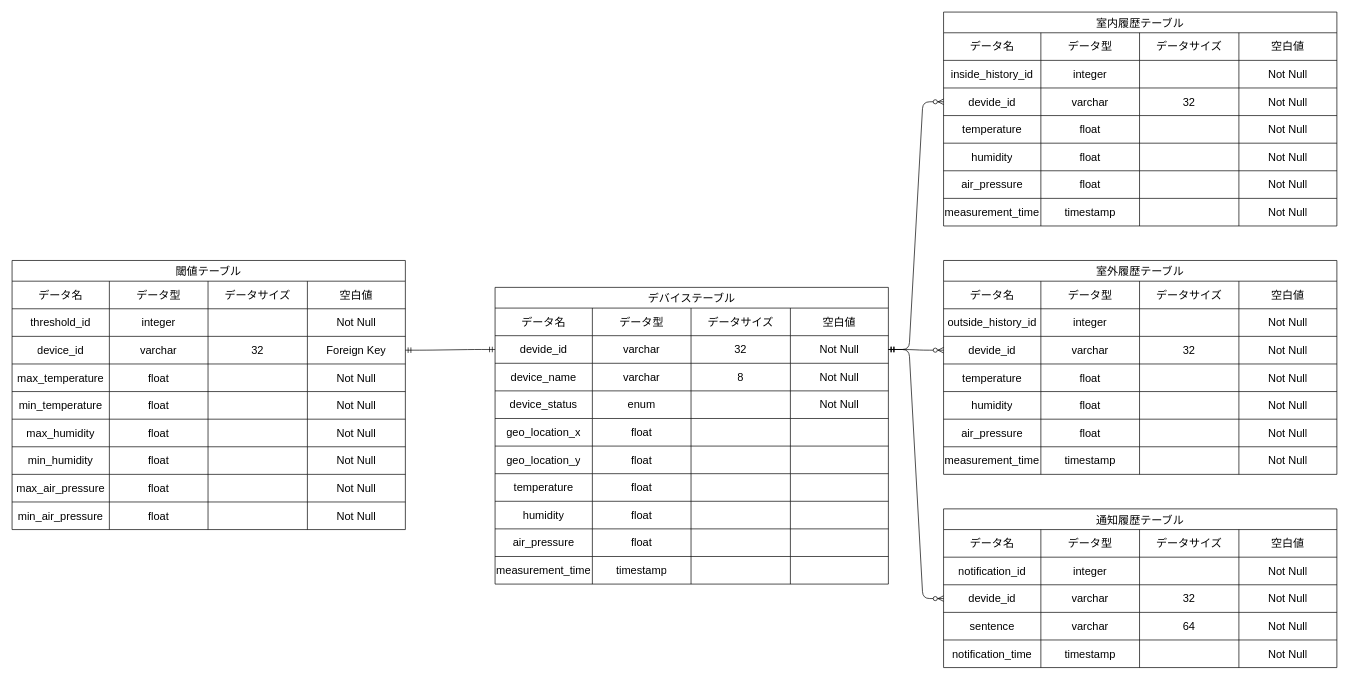
The draw.io diagram docs/design/db/E-R.drawio in GeL02468/room-temperature-measurement-system, before the edit. Source tidied: cells renumbered, new cells numbered last; positions are measured from the earlier drawing's top-left corner, leaving out a move shared by most shapes. Both pictures are drawn from the tidied source at 69%, with x=0, y=0 at pixel (12, 12).
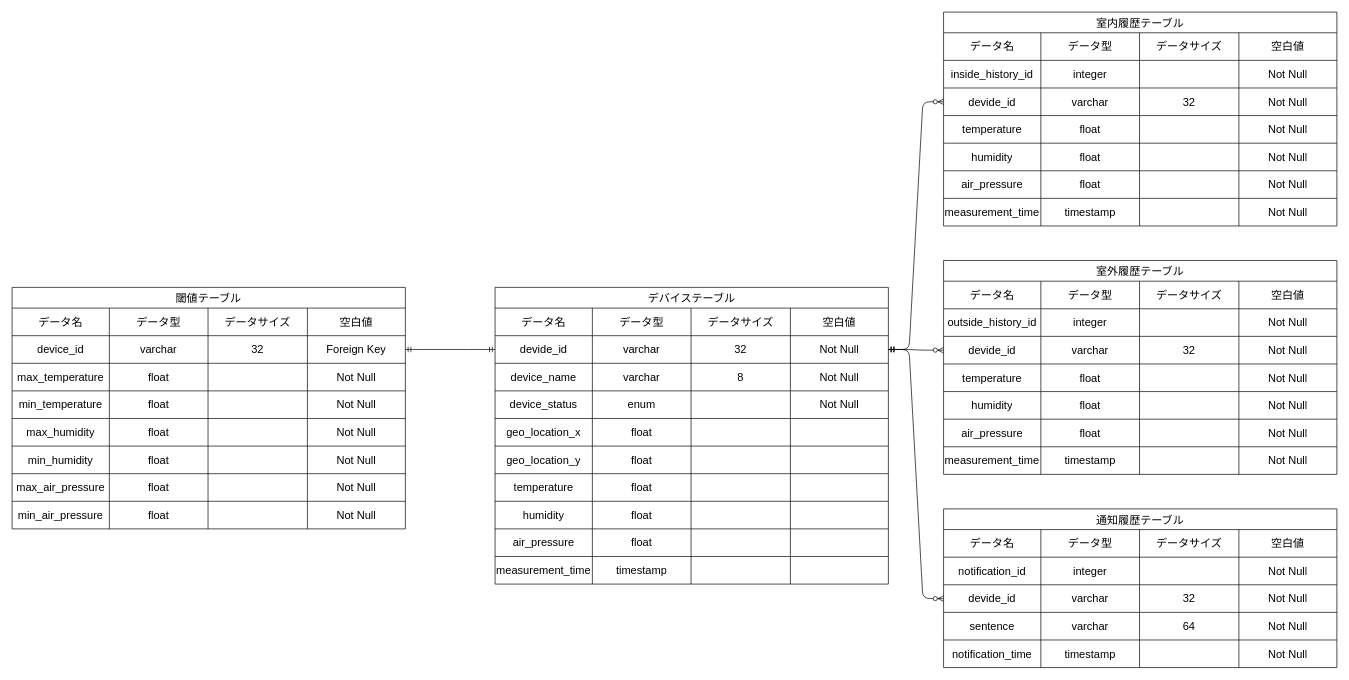
The same diagram, later.

The edit, as a diff of the source:
```diff
@@
     <mxCell id="2" value="閾値テーブル" style="shape=table;startSize=30;childLayout=tableLayout;strokeColor=default;fontSize=16;fontColor=light-dark(#000000,#FFFFFF);" parent="1" vertex="1">
-      <mxGeometry y="360" width="570" height="390" as="geometry" />
+      <mxGeometry y="399" width="570" height="350" as="geometry" />
     </mxCell>
@@
-    <mxCell id="8" style="shape=tableRow;horizontal=0;startSize=0;swimlaneHead=0;swimlaneBody=0;strokeColor=inherit;top=0;left=0;bottom=0;right=0;fillColor=none;fontSize=16;" parent="2" vertex="1">
-      <mxGeometry y="70" width="570" height="40" as="geometry" />
-    </mxCell>
-    <mxCell id="9" value="threshold_id" style="shape=partialRectangle;html=1;whiteSpace=wrap;strokeColor=inherit;overflow=hidden;fillColor=none;top=0;left=0;bottom=0;right=0;fontSize=16;" parent="8" vertex="1">
-      <mxGeometry width="141" height="40" as="geometry" />
-    </mxCell>
-    <mxCell id="10" value="integer" style="shape=partialRectangle;html=1;whiteSpace=wrap;strokeColor=inherit;overflow=hidden;fillColor=none;top=0;left=0;bottom=0;right=0;fontSize=16;" parent="8" vertex="1">
-      <mxGeometry x="141" width="143" height="40" as="geometry" />
-    </mxCell>
-    <mxCell id="11" style="shape=partialRectangle;html=1;whiteSpace=wrap;strokeColor=inherit;overflow=hidden;fillColor=none;top=0;left=0;bottom=0;right=0;fontSize=16;" parent="8" vertex="1">
-      <mxGeometry x="284" width="144" height="40" as="geometry" />
-    </mxCell>
-    <mxCell id="12" value="Not Null" style="shape=partialRectangle;html=1;whiteSpace=wrap;strokeColor=inherit;overflow=hidden;fillColor=none;top=0;left=0;bottom=0;right=0;fontSize=16;" parent="8" vertex="1">
-      <mxGeometry x="428" width="142" height="40" as="geometry" />
-    </mxCell>
     <mxCell id="13" style="shape=tableRow;horizontal=0;startSize=0;swimlaneHead=0;swimlaneBody=0;strokeColor=inherit;top=0;left=0;bottom=0;right=0;fillColor=none;points=[[0,0.5],[1,0.5]];portConstraint=eastwest;fontSize=16;" parent="2" vertex="1">
-      <mxGeometry y="110" width="570" height="40" as="geometry" />
+      <mxGeometry y="70" width="570" height="40" as="geometry" />
     </mxCell>
@@
     <mxCell id="18" style="shape=tableRow;horizontal=0;startSize=0;swimlaneHead=0;swimlaneBody=0;strokeColor=inherit;top=0;left=0;bottom=0;right=0;fillColor=none;fontSize=16;" parent="2" vertex="1">
-      <mxGeometry y="150" width="570" height="40" as="geometry" />
+      <mxGeometry y="110" width="570" height="40" as="geometry" />
     </mxCell>
@@
     <mxCell id="23" style="shape=tableRow;horizontal=0;startSize=0;swimlaneHead=0;swimlaneBody=0;strokeColor=inherit;top=0;left=0;bottom=0;right=0;fillColor=none;fontSize=16;" parent="2" vertex="1">
-      <mxGeometry y="190" width="570" height="40" as="geometry" />
+      <mxGeometry y="150" width="570" height="40" as="geometry" />
     </mxCell>
@@
     <mxCell id="28" style="shape=tableRow;horizontal=0;startSize=0;swimlaneHead=0;swimlaneBody=0;strokeColor=inherit;top=0;left=0;bottom=0;right=0;fillColor=none;fontSize=16;" parent="2" vertex="1">
-      <mxGeometry y="230" width="570" height="40" as="geometry" />
+      <mxGeometry y="190" width="570" height="40" as="geometry" />
     </mxCell>
@@
     <mxCell id="33" style="shape=tableRow;horizontal=0;startSize=0;swimlaneHead=0;swimlaneBody=0;strokeColor=inherit;top=0;left=0;bottom=0;right=0;fillColor=none;fontSize=16;" parent="2" vertex="1">
-      <mxGeometry y="270" width="570" height="40" as="geometry" />
+      <mxGeometry y="230" width="570" height="40" as="geometry" />
     </mxCell>
@@
     <mxCell id="38" style="shape=tableRow;horizontal=0;startSize=0;swimlaneHead=0;swimlaneBody=0;strokeColor=inherit;top=0;left=0;bottom=0;right=0;fillColor=none;fontSize=16;" parent="2" vertex="1">
-      <mxGeometry y="310" width="570" height="40" as="geometry" />
+      <mxGeometry y="270" width="570" height="40" as="geometry" />
     </mxCell>
@@
     <mxCell id="43" style="shape=tableRow;horizontal=0;startSize=0;swimlaneHead=0;swimlaneBody=0;strokeColor=inherit;top=0;left=0;bottom=0;right=0;fillColor=none;fontSize=16;" parent="2" vertex="1">
-      <mxGeometry y="350" width="570" height="40" as="geometry" />
+      <mxGeometry y="310" width="570" height="40" as="geometry" />
     </mxCell>
```
